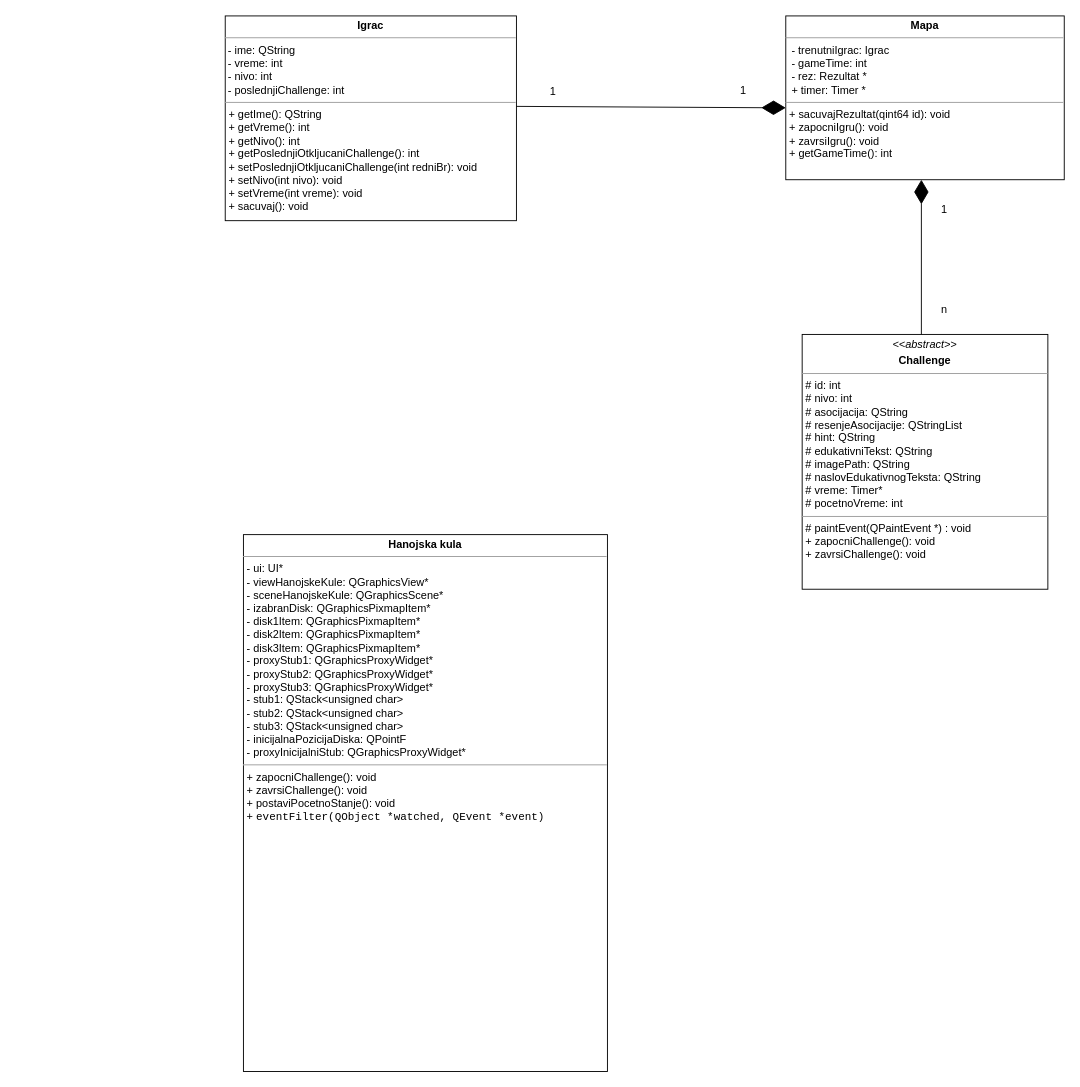
The draw.io diagram PROBLEMI/dijagram_klasa.drawio in natasablagojevic/rs, before the edit. Source tidied: cells renumbered, new cells numbered last; positions are measured from the earlier drawing's top-left corner, leaving out a move shared by most shapes. Both pictures are drawn from the tidied source at 91%, with x=0, y=0 at pixel (225, 15).
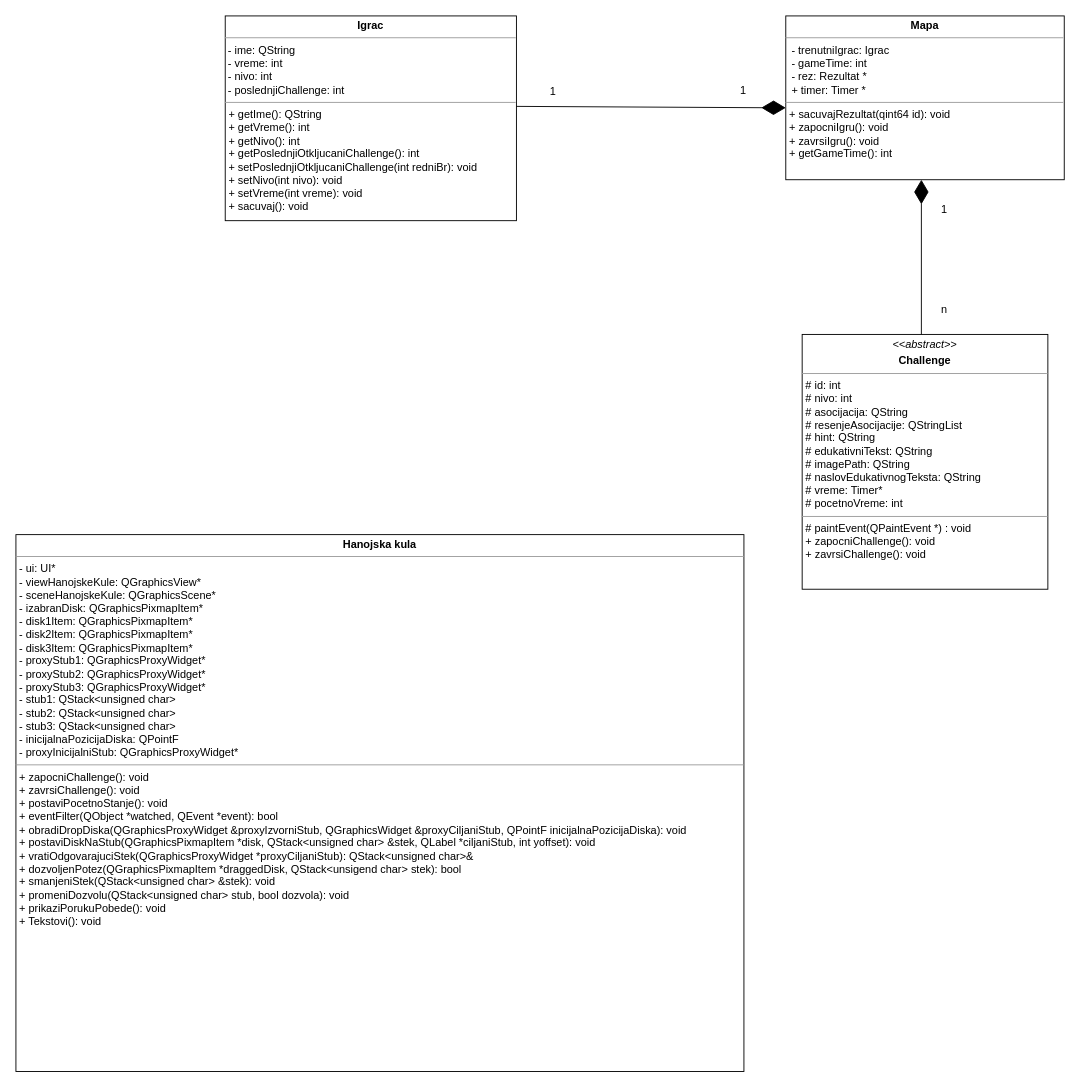
Above is the later version.

Diff of the diagram source:
```diff
@@
 <mxGraphModel>
   <root>
     <mxCell id="0" />
     <mxCell id="1" parent="0" />
     <mxCell id="2" value="&lt;p style=&quot;margin:0px;margin-top:4px;text-align:center;&quot;&gt;&lt;i&gt;&amp;lt;&amp;lt;abstract&amp;gt;&amp;gt;&lt;/i&gt;&lt;b&gt;&lt;i&gt;&lt;br&gt;&lt;/i&gt;&lt;/b&gt;&lt;/p&gt;&lt;p style=&quot;margin:0px;margin-top:4px;text-align:center;&quot;&gt;&lt;b&gt;Challenge&lt;/b&gt;&lt;/p&gt;&lt;hr size=&quot;1&quot;&gt;&lt;p style=&quot;margin:0px;margin-left:4px;&quot;&gt;# id: int&lt;/p&gt;&lt;p style=&quot;margin:0px;margin-left:4px;&quot;&gt;# nivo: int&lt;/p&gt;&lt;p style=&quot;margin:0px;margin-left:4px;&quot;&gt;# asocijacija: QString&lt;/p&gt;&lt;p style=&quot;margin:0px;margin-left:4px;&quot;&gt;# resenjeAsocijacije: QStringList&lt;/p&gt;&lt;p style=&quot;margin:0px;margin-left:4px;&quot;&gt;# hint: QString&lt;/p&gt;&lt;p style=&quot;margin:0px;margin-left:4px;&quot;&gt;# edukativniTekst: QString&lt;/p&gt;&lt;p style=&quot;margin:0px;margin-left:4px;&quot;&gt;# imagePath: QString&lt;/p&gt;&lt;p style=&quot;margin:0px;margin-left:4px;&quot;&gt;# naslovEdukativnogTeksta: QString&lt;/p&gt;&lt;p style=&quot;margin:0px;margin-left:4px;&quot;&gt;# vreme: Timer*&lt;/p&gt;&lt;p style=&quot;margin:0px;margin-left:4px;&quot;&gt;# pocetnoVreme: int&lt;/p&gt;&lt;hr size=&quot;1&quot;&gt;&lt;p style=&quot;margin:0px;margin-left:4px;&quot;&gt;# paintEvent(QPaintEvent *) : void&lt;/p&gt;&lt;p style=&quot;margin:0px;margin-left:4px;&quot;&gt;+ zapocniChallenge(): void&lt;/p&gt;&lt;p style=&quot;margin:0px;margin-left:4px;&quot;&gt;+ zavrsiChallenge(): void&lt;/p&gt;&lt;p style=&quot;margin:0px;margin-left:4px;&quot;&gt;&lt;br&gt;&lt;/p&gt;" style="verticalAlign=top;align=left;overflow=fill;fontSize=12;fontFamily=Helvetica;html=1;whiteSpace=wrap;" parent="1" vertex="1">
       <mxGeometry x="634" y="350" width="270" height="280" as="geometry" />
     </mxCell>
     <mxCell id="3" value="&lt;p style=&quot;margin:0px;margin-top:4px;text-align:center;&quot;&gt;&lt;b&gt;Mapa&lt;/b&gt;&lt;br&gt;&lt;/p&gt;&lt;hr size=&quot;1&quot;&gt;&lt;div&gt;&amp;nbsp; - trenutniIgrac: Igrac&lt;/div&gt;&lt;div&gt;&amp;nbsp; - gameTime: int&lt;/div&gt;&lt;div&gt;&amp;nbsp; - rez: Rezultat *&lt;/div&gt;&lt;div&gt;&amp;nbsp; + timer: Timer *&lt;br&gt;&lt;/div&gt;&lt;hr size=&quot;1&quot;&gt;&lt;p style=&quot;margin:0px;margin-left:4px;&quot;&gt;+ sacuvajRezultat(qint64 id): void&lt;/p&gt;&lt;p style=&quot;margin:0px;margin-left:4px;&quot;&gt;+ zapocniIgru(): void&lt;/p&gt;&lt;p style=&quot;margin:0px;margin-left:4px;&quot;&gt;+ zavrsiIgru(): void&lt;/p&gt;&lt;p style=&quot;margin:0px;margin-left:4px;&quot;&gt;+ getGameTime(): int&lt;br&gt;&lt;/p&gt;" style="verticalAlign=top;align=left;overflow=fill;fontSize=12;fontFamily=Helvetica;html=1;whiteSpace=wrap;" parent="1" vertex="1">
       <mxGeometry x="616" width="306" height="180" as="geometry" />
     </mxCell>
     <mxCell id="4" style="endArrow=diamondThin;endFill=1;endSize=24;html=1;rounded=0;" parent="1" edge="1">
       <mxGeometry relative="1" as="geometry">
         <mxPoint x="765" y="350" as="sourcePoint" />
         <mxPoint x="765" y="180" as="targetPoint" />
       </mxGeometry>
     </mxCell>
     <mxCell id="5" value="1" style="text;html=1;align=center;verticalAlign=middle;strokeColor=none;fillColor=none;" parent="1" vertex="1">
       <mxGeometry x="775" y="198" width="30" height="30" as="geometry" />
     </mxCell>
     <mxCell id="6" value="n" style="text;html=1;align=center;verticalAlign=middle;strokeColor=none;fillColor=none;" parent="1" vertex="1">
       <mxGeometry x="775" y="308" width="30" height="30" as="geometry" />
     </mxCell>
     <mxCell id="7" value="&lt;p style=&quot;margin:0px;margin-top:4px;text-align:center;&quot;&gt;&lt;b&gt;Igrac&lt;/b&gt;&lt;br&gt;&lt;/p&gt;&lt;hr size=&quot;1&quot;&gt;&lt;div&gt;&amp;nbsp;- ime: QString&lt;/div&gt;&lt;div&gt;&amp;nbsp;- vreme: int&lt;/div&gt;&lt;div&gt;&amp;nbsp;- nivo: int &lt;br&gt;&lt;/div&gt;&lt;div&gt;&amp;nbsp;- poslednjiChallenge: int&lt;br&gt; &lt;/div&gt;&lt;hr size=&quot;1&quot;&gt;&lt;p style=&quot;margin:0px;margin-left:4px;&quot;&gt;+ getIme(): QString &lt;br&gt;&lt;/p&gt;&lt;p style=&quot;margin:0px;margin-left:4px;&quot;&gt;+ getVreme(): int&lt;/p&gt;&lt;p style=&quot;margin:0px;margin-left:4px;&quot;&gt;+ getNivo(): int &lt;br&gt;&lt;/p&gt;&lt;p style=&quot;margin:0px;margin-left:4px;&quot;&gt;+ getPoslednjiOtkljucaniChallenge(): int&lt;/p&gt;&lt;p style=&quot;margin:0px;margin-left:4px;&quot;&gt;+ setPoslednjiOtkljucaniChallenge(int redniBr): void&lt;/p&gt;&lt;p style=&quot;margin:0px;margin-left:4px;&quot;&gt;+ setNivo(int nivo): void&lt;/p&gt;&lt;p style=&quot;margin:0px;margin-left:4px;&quot;&gt;+ setVreme(int vreme): void&lt;/p&gt;&lt;p style=&quot;margin:0px;margin-left:4px;&quot;&gt;+ sacuvaj(): void&lt;br&gt;&lt;/p&gt;" style="verticalAlign=top;align=left;overflow=fill;fontSize=12;fontFamily=Helvetica;html=1;whiteSpace=wrap;" parent="1" vertex="1">
       <mxGeometry width="320" height="225" as="geometry" />
     </mxCell>
     <mxCell id="8" style="endArrow=diamondThin;endFill=1;endSize=24;html=1;rounded=0;" parent="1" edge="1">
       <mxGeometry relative="1" as="geometry">
         <mxPoint x="320" y="99.4" as="sourcePoint" />
         <mxPoint x="616" y="101" as="targetPoint" />
       </mxGeometry>
     </mxCell>
     <mxCell id="9" value="1" style="text;html=1;align=center;verticalAlign=middle;strokeColor=none;fillColor=none;" parent="1" vertex="1">
       <mxGeometry x="345" y="68" width="30" height="30" as="geometry" />
     </mxCell>
     <mxCell id="10" value="&lt;div&gt;1&lt;/div&gt;" style="text;html=1;align=center;verticalAlign=middle;strokeColor=none;fillColor=none;" parent="1" vertex="1">
       <mxGeometry x="554" y="67" width="30" height="30" as="geometry" />
     </mxCell>
-    <mxCell id="11" value="&lt;p style=&quot;margin:0px;margin-top:4px;text-align:center;&quot;&gt;&lt;b&gt;Hanojska kula&lt;br&gt;&lt;/b&gt;&lt;/p&gt;&lt;hr size=&quot;1&quot;&gt;&lt;p style=&quot;margin:0px;margin-left:4px;&quot;&gt;- ui: UI*&lt;/p&gt;&lt;p style=&quot;margin:0px;margin-left:4px;&quot;&gt;- viewHanojskeKule: QGraphicsView*&lt;/p&gt;&lt;p style=&quot;margin:0px;margin-left:4px;&quot;&gt;- sceneHanojskeKule: QGraphicsScene*&lt;/p&gt;&lt;p style=&quot;margin:0px;margin-left:4px;&quot;&gt;- izabranDisk: QGraphicsPixmapItem*&lt;/p&gt;&lt;p style=&quot;margin:0px;margin-left:4px;&quot;&gt;- disk1Item: QGraphicsPixmapItem*&lt;/p&gt;&lt;p style=&quot;margin:0px;margin-left:4px;&quot;&gt;- disk2Item: QGraphicsPixmapItem*&lt;/p&gt;&lt;p style=&quot;margin:0px;margin-left:4px;&quot;&gt;- disk3Item: QGraphicsPixmapItem*&lt;/p&gt;&lt;p style=&quot;margin:0px;margin-left:4px;&quot;&gt;- proxyStub1: QGraphicsProxyWidget*&lt;/p&gt;&lt;p style=&quot;margin:0px;margin-left:4px;&quot;&gt;- proxyStub2: QGraphicsProxyWidget*&lt;/p&gt;&lt;p style=&quot;margin:0px;margin-left:4px;&quot;&gt;- proxyStub3: QGraphicsProxyWidget*&lt;/p&gt;&lt;p style=&quot;margin:0px;margin-left:4px;&quot;&gt;- stub1: QStack&amp;lt;unsigned char&amp;gt;&lt;/p&gt;&lt;p style=&quot;margin:0px;margin-left:4px;&quot;&gt;- stub2: QStack&amp;lt;unsigned char&amp;gt;&lt;/p&gt;&lt;p style=&quot;margin:0px;margin-left:4px;&quot;&gt;- stub3: QStack&amp;lt;unsigned char&amp;gt;&lt;/p&gt;&lt;p style=&quot;margin:0px;margin-left:4px;&quot;&gt;- inicijalnaPozicijaDiska: QPointF&lt;/p&gt;&lt;p style=&quot;margin:0px;margin-left:4px;&quot;&gt;- proxyInicijalniStub: QGraphicsProxyWidget*&lt;br&gt;&lt;/p&gt;&lt;hr size=&quot;1&quot;&gt;&lt;p style=&quot;margin:0px;margin-left:4px;&quot;&gt;+ zapocniChallenge(): void&lt;/p&gt;&lt;p style=&quot;margin:0px;margin-left:4px;&quot;&gt;+ zavrsiChallenge(): void&lt;/p&gt;&lt;p style=&quot;margin:0px;margin-left:4px;&quot;&gt;+ postaviPocetnoStanje(): void&lt;/p&gt;&lt;p style=&quot;margin:0px;margin-left:4px;&quot;&gt;+ &lt;code&gt;&lt;span class=&quot;hljs-title&quot;&gt;eventFilter&lt;/span&gt;&lt;span class=&quot;hljs-params&quot;&gt;(QObject *watched, QEvent *event)&lt;/span&gt;&lt;/code&gt;&lt;/p&gt;" style="verticalAlign=top;align=left;overflow=fill;fontSize=12;fontFamily=Helvetica;html=1;whiteSpace=wrap;" parent="1" vertex="1">
-      <mxGeometry x="20" y="570" width="400" height="590" as="geometry" />
+    <mxCell id="11" value="&lt;p style=&quot;margin:0px;margin-top:4px;text-align:center;&quot;&gt;&lt;b&gt;Hanojska kula&lt;br&gt;&lt;/b&gt;&lt;/p&gt;&lt;hr size=&quot;1&quot;&gt;&lt;p style=&quot;margin:0px;margin-left:4px;&quot;&gt;- ui: UI*&lt;/p&gt;&lt;p style=&quot;margin:0px;margin-left:4px;&quot;&gt;- viewHanojskeKule: QGraphicsView*&lt;/p&gt;&lt;p style=&quot;margin:0px;margin-left:4px;&quot;&gt;- sceneHanojskeKule: QGraphicsScene*&lt;/p&gt;&lt;p style=&quot;margin:0px;margin-left:4px;&quot;&gt;- izabranDisk: QGraphicsPixmapItem*&lt;/p&gt;&lt;p style=&quot;margin:0px;margin-left:4px;&quot;&gt;- disk1Item: QGraphicsPixmapItem*&lt;/p&gt;&lt;p style=&quot;margin:0px;margin-left:4px;&quot;&gt;- disk2Item: QGraphicsPixmapItem*&lt;/p&gt;&lt;p style=&quot;margin:0px;margin-left:4px;&quot;&gt;- disk3Item: QGraphicsPixmapItem*&lt;/p&gt;&lt;p style=&quot;margin:0px;margin-left:4px;&quot;&gt;- proxyStub1: QGraphicsProxyWidget*&lt;/p&gt;&lt;p style=&quot;margin:0px;margin-left:4px;&quot;&gt;- proxyStub2: QGraphicsProxyWidget*&lt;/p&gt;&lt;p style=&quot;margin:0px;margin-left:4px;&quot;&gt;- proxyStub3: QGraphicsProxyWidget*&lt;/p&gt;&lt;p style=&quot;margin:0px;margin-left:4px;&quot;&gt;- stub1: QStack&amp;lt;unsigned char&amp;gt;&lt;/p&gt;&lt;p style=&quot;margin:0px;margin-left:4px;&quot;&gt;- stub2: QStack&amp;lt;unsigned char&amp;gt;&lt;/p&gt;&lt;p style=&quot;margin:0px;margin-left:4px;&quot;&gt;- stub3: QStack&amp;lt;unsigned char&amp;gt;&lt;/p&gt;&lt;p style=&quot;margin:0px;margin-left:4px;&quot;&gt;- inicijalnaPozicijaDiska: QPointF&lt;/p&gt;&lt;p style=&quot;margin:0px;margin-left:4px;&quot;&gt;- proxyInicijalniStub: QGraphicsProxyWidget*&lt;br&gt;&lt;/p&gt;&lt;hr size=&quot;1&quot;&gt;&lt;p style=&quot;margin:0px;margin-left:4px;&quot;&gt;+ zapocniChallenge(): void&lt;/p&gt;&lt;p style=&quot;margin:0px;margin-left:4px;&quot;&gt;+ zavrsiChallenge(): void&lt;/p&gt;&lt;p style=&quot;margin:0px;margin-left:4px;&quot;&gt;+ postaviPocetnoStanje(): void&lt;/p&gt;&lt;p style=&quot;margin:0px;margin-left:4px;&quot;&gt;+ eventFilter(QObject *watched, QEvent *event): bool&lt;/p&gt;&lt;p style=&quot;margin:0px;margin-left:4px;&quot;&gt;+ obradiDropDiska(QGraphicsProxyWidget &amp;amp;proxyIzvorniStub, QGraphicsWidget &amp;amp;proxyCiljaniStub, QPointF inicijalnaPozicijaDiska): void&lt;/p&gt;&lt;p style=&quot;margin:0px;margin-left:4px;&quot;&gt;+ postaviDiskNaStub(QGraphicsPixmapItem *disk, QStack&amp;lt;unsigned char&amp;gt; &amp;amp;stek, QLabel *ciljaniStub, int yoffset): void&lt;/p&gt;&lt;p style=&quot;margin:0px;margin-left:4px;&quot;&gt;+ vratiOdgovarajuciStek(QGraphicsProxyWidget *proxyCiljaniStub): QStack&amp;lt;unsigned char&amp;gt;&amp;amp;&lt;/p&gt;&lt;p style=&quot;margin:0px;margin-left:4px;&quot;&gt;+ dozvoljenPotez(QGraphicsPixmapItem *draggedDisk, QStack&amp;lt;unsigend char&amp;gt; stek): bool&lt;/p&gt;&lt;p style=&quot;margin:0px;margin-left:4px;&quot;&gt;+ smanjeniStek(QStack&amp;lt;unsigned char&amp;gt; &amp;amp;stek): void&lt;/p&gt;&lt;p style=&quot;margin:0px;margin-left:4px;&quot;&gt;+ promeniDozvolu(QStack&amp;lt;unsigned char&amp;gt; stub, bool dozvola): void&lt;/p&gt;&lt;p style=&quot;margin:0px;margin-left:4px;&quot;&gt;+ prikaziPorukuPobede(): void&lt;/p&gt;&lt;p style=&quot;margin:0px;margin-left:4px;&quot;&gt;+ Tekstovi(): void&lt;br&gt;&lt;/p&gt;&lt;p style=&quot;margin:0px;margin-left:4px;&quot;&gt;&lt;br&gt;&lt;/p&gt;&lt;p style=&quot;margin:0px;margin-left:4px;&quot;&gt;&amp;nbsp;&lt;/p&gt;" style="verticalAlign=top;align=left;overflow=fill;fontSize=12;fontFamily=Helvetica;html=1;whiteSpace=wrap;" parent="1" vertex="1">
+      <mxGeometry x="-230" y="570" width="800" height="590" as="geometry" />
     </mxCell>
   </root>
 </mxGraphModel>
```
